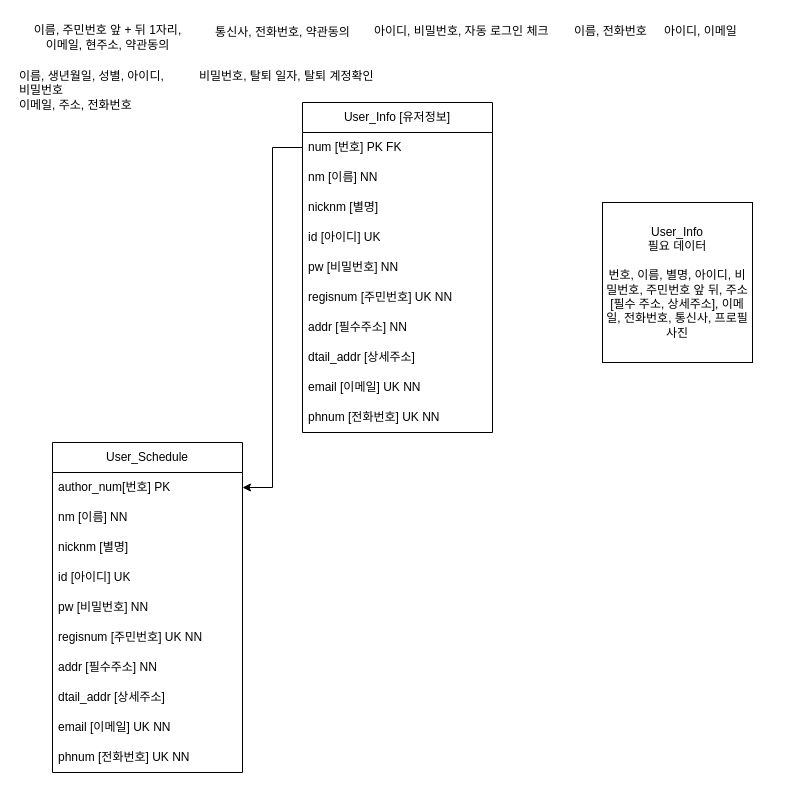
D-o-H-w-a/SelfStudy keeps this draw.io diagram as portfolio/To-do List ERD.drawio. Above is the earlier version. Source tidied: cells renumbered, new cells numbered last; positions are measured from the earlier drawing's top-left corner, leaving out a move shared by most shapes. Both pictures are drawn from the tidied source at 100%, with x=0, y=0 at pixel (17, 17).
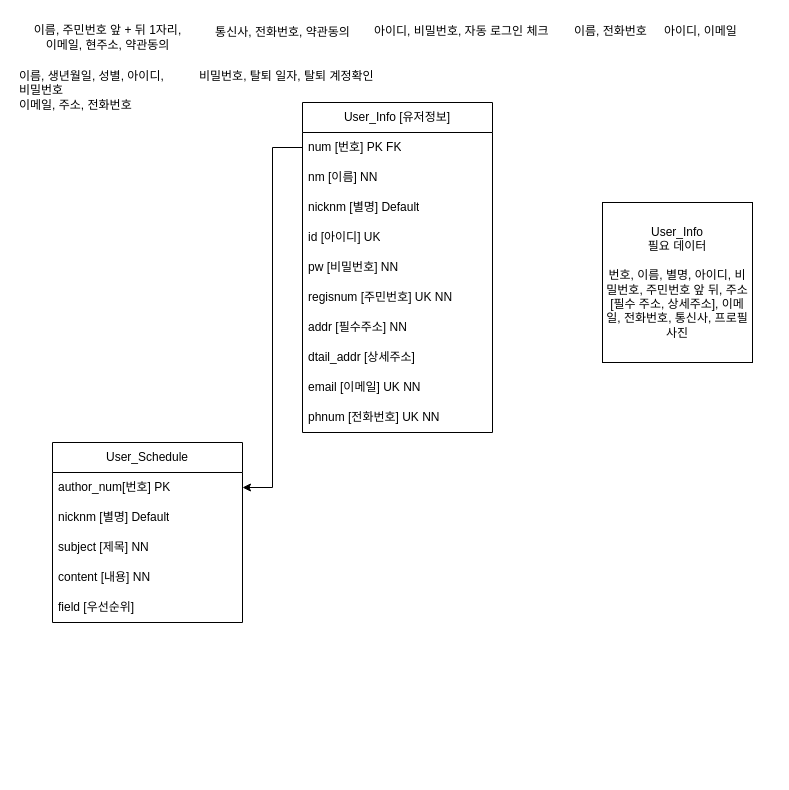
The same page after the edit.

Unchanged cells that the change refers to:
```xml
<mxCell id="2" value="User_Info [유저정보]" style="swimlane;fontStyle=0;horizontal=1;startSize=30;whiteSpace=wrap;html=1;" parent="1" vertex="1">
  <mxGeometry x="285" y="85" width="190" height="330" as="geometry" />
</mxCell>
```

Change to the diagram source:
```diff
@@
-    <mxCell id="5" value="nicknm [별명]" style="text;strokeColor=none;fillColor=none;align=left;verticalAlign=middle;spacingLeft=4;spacingRight=4;overflow=hidden;whiteSpace=wrap;html=1;" parent="2" vertex="1">
+    <mxCell id="5" value="nicknm [별명] Default" style="text;strokeColor=none;fillColor=none;align=left;verticalAlign=middle;spacingLeft=4;spacingRight=4;overflow=hidden;whiteSpace=wrap;html=1;" parent="2" vertex="1">
       <mxGeometry y="90" width="190" height="30" as="geometry" />
     </mxCell>
@@
     <mxCell id="21" value="User_Schedule" style="swimlane;fontStyle=0;horizontal=1;startSize=30;whiteSpace=wrap;html=1;" parent="1" vertex="1">
-      <mxGeometry x="35" y="425" width="190" height="330" as="geometry" />
+      <mxGeometry x="35" y="425" width="190" height="180" as="geometry" />
     </mxCell>
@@
-    <mxCell id="23" value="nm [이름] NN" style="text;strokeColor=none;fillColor=none;align=left;verticalAlign=middle;spacingLeft=4;spacingRight=4;overflow=hidden;whiteSpace=wrap;html=1;" parent="21" vertex="1">
-      <mxGeometry y="60" width="190" height="30" as="geometry" />
-    </mxCell>
-    <mxCell id="24" value="nicknm [별명]" style="text;strokeColor=none;fillColor=none;align=left;verticalAlign=middle;spacingLeft=4;spacingRight=4;overflow=hidden;whiteSpace=wrap;html=1;" parent="21" vertex="1">
-      <mxGeometry y="90" width="190" height="30" as="geometry" />
+    <mxCell id="24" value="nicknm [별명] Default" style="text;strokeColor=none;fillColor=none;align=left;verticalAlign=middle;spacingLeft=4;spacingRight=4;overflow=hidden;whiteSpace=wrap;html=1;" parent="21" vertex="1">
+      <mxGeometry y="60" width="190" height="30" as="geometry" />
     </mxCell>
-    <mxCell id="25" value="id [아이디] UK" style="text;strokeColor=none;fillColor=none;align=left;verticalAlign=middle;spacingLeft=4;spacingRight=4;overflow=hidden;whiteSpace=wrap;html=1;" parent="21" vertex="1">
-      <mxGeometry y="120" width="190" height="30" as="geometry" />
-    </mxCell>
-    <mxCell id="26" value="pw&lt;span style=&quot;background-color: initial;&quot;&gt;&amp;nbsp;[비밀번호] NN&lt;/span&gt;" style="text;strokeColor=none;fillColor=none;align=left;verticalAlign=middle;spacingLeft=4;spacingRight=4;overflow=hidden;whiteSpace=wrap;html=1;" parent="21" vertex="1">
-      <mxGeometry y="150" width="190" height="30" as="geometry" />
-    </mxCell>
-    <mxCell id="27" value="regisnum [주민번호] UK NN" style="text;strokeColor=none;fillColor=none;align=left;verticalAlign=middle;spacingLeft=4;spacingRight=4;overflow=hidden;whiteSpace=wrap;html=1;" parent="21" vertex="1">
-      <mxGeometry y="180" width="190" height="30" as="geometry" />
-    </mxCell>
-    <mxCell id="28" value="addr [필수주소] NN" style="text;strokeColor=none;fillColor=none;align=left;verticalAlign=middle;spacingLeft=4;spacingRight=4;overflow=hidden;whiteSpace=wrap;html=1;" parent="21" vertex="1">
-      <mxGeometry y="210" width="190" height="30" as="geometry" />
-    </mxCell>
-    <mxCell id="29" value="dtail_addr [상세주소]" style="text;strokeColor=none;fillColor=none;align=left;verticalAlign=middle;spacingLeft=4;spacingRight=4;overflow=hidden;whiteSpace=wrap;html=1;" parent="21" vertex="1">
-      <mxGeometry y="240" width="190" height="30" as="geometry" />
-    </mxCell>
-    <mxCell id="30" value="email [이메일] UK NN" style="text;strokeColor=none;fillColor=none;align=left;verticalAlign=middle;spacingLeft=4;spacingRight=4;overflow=hidden;whiteSpace=wrap;html=1;" parent="21" vertex="1">
-      <mxGeometry y="270" width="190" height="30" as="geometry" />
-    </mxCell>
-    <mxCell id="31" value="phnum [전화번호] UK NN" style="text;strokeColor=none;fillColor=none;align=left;verticalAlign=middle;spacingLeft=4;spacingRight=4;overflow=hidden;whiteSpace=wrap;html=1;" parent="21" vertex="1">
-      <mxGeometry y="300" width="190" height="30" as="geometry" />
-    </mxCell>
+    <mxCell id="33" value="subject [제목] NN" style="text;strokeColor=none;fillColor=none;align=left;verticalAlign=middle;spacingLeft=4;spacingRight=4;overflow=hidden;whiteSpace=wrap;html=1;" parent="21" vertex="1">
+      <mxGeometry y="90" width="190" height="30" as="geometry" />
+    </mxCell>
+    <mxCell id="34" value="content [내용] NN" style="text;strokeColor=none;fillColor=none;align=left;verticalAlign=middle;spacingLeft=4;spacingRight=4;overflow=hidden;whiteSpace=wrap;html=1;" parent="21" vertex="1">
+      <mxGeometry y="120" width="190" height="30" as="geometry" />
+    </mxCell>
+    <mxCell id="35" value="field [우선순위]" style="text;strokeColor=none;fillColor=none;align=left;verticalAlign=middle;spacingLeft=4;spacingRight=4;overflow=hidden;whiteSpace=wrap;html=1;" parent="21" vertex="1">
+      <mxGeometry y="150" width="190" height="30" as="geometry" />
+    </mxCell>
```
